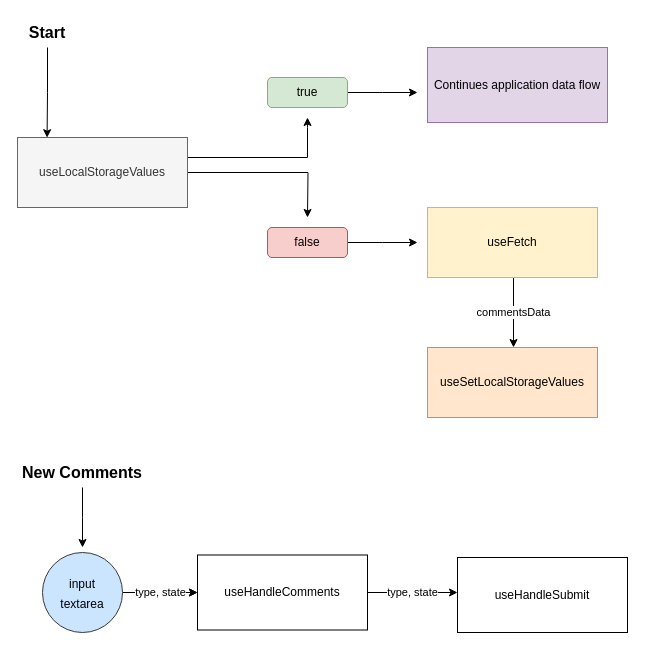
Above: References/DataFlowCommentsSections.drawio in angelicamarttins/comments-section (draw.io), before the change. Source tidied: cells renumbered, new cells numbered last; positions are measured from the earlier drawing's top-left corner, leaving out a move shared by most shapes. Both pictures are drawn from the tidied source at 100%, with x=0, y=0 at pixel (17, 17).
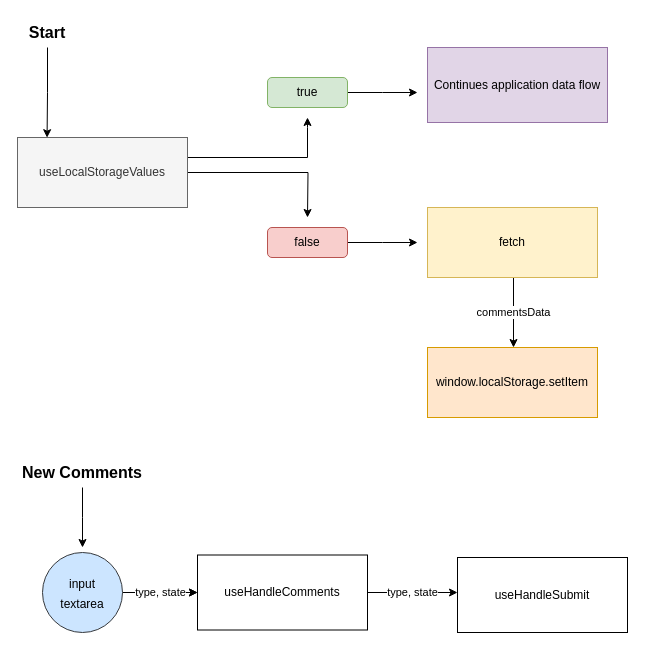
The same diagram, later.

Commit message (it also covers changes not shown here):
refactor: useFetch now is useLocalStorageValues

The edit, as a diff of the source:
```diff
@@
-    <mxCell id="11" value="useFetch" style="rounded=0;whiteSpace=wrap;html=1;fillColor=#fff2cc;strokeColor=#d6b656;" parent="1" vertex="1">
+    <mxCell id="11" value="fetch" style="rounded=0;whiteSpace=wrap;html=1;fillColor=#fff2cc;strokeColor=#d6b656;" parent="1" vertex="1">
       <mxGeometry x="410" y="190" width="170" height="70" as="geometry" />
     </mxCell>
-    <mxCell id="12" value="useSetLocalStorageValues" style="rounded=0;whiteSpace=wrap;html=1;fillColor=#ffe6cc;strokeColor=#d79b00;" parent="1" vertex="1">
+    <mxCell id="12" value="window.localStorage.setItem" style="rounded=0;whiteSpace=wrap;html=1;fillColor=#ffe6cc;strokeColor=#d79b00;" parent="1" vertex="1">
       <mxGeometry x="410" y="330" width="170" height="70" as="geometry" />
     </mxCell>
```
